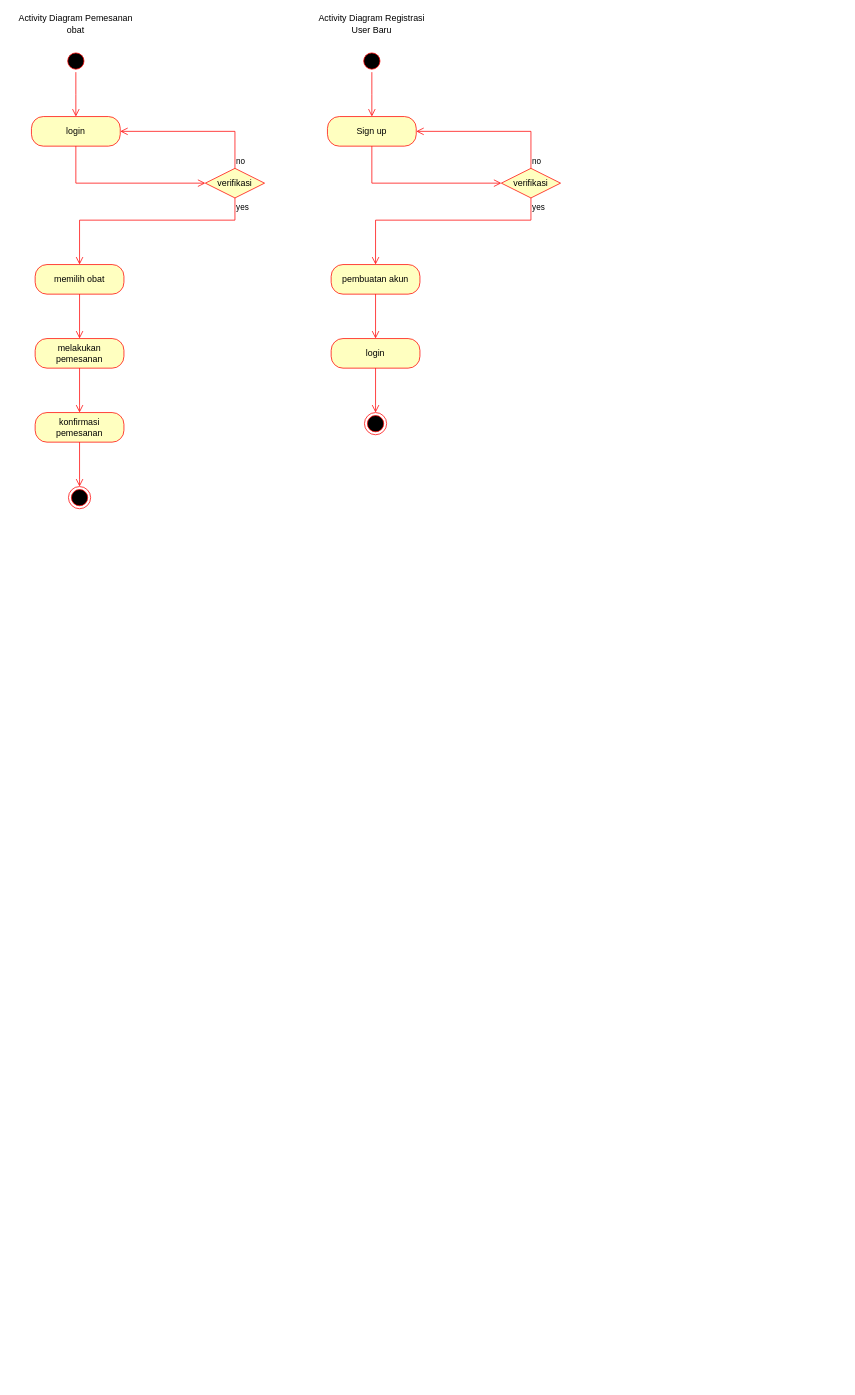
The draw.io diagram obat-erd.drawio in zaenal-abidin-syah/diagram, before the edit. Source tidied: cells renumbered, new cells numbered last; positions are measured from the earlier drawing's top-left corner, leaving out a move shared by most shapes. Both pictures are drawn from the tidied source at 74%, with x=0, y=0 at pixel (13, 13).
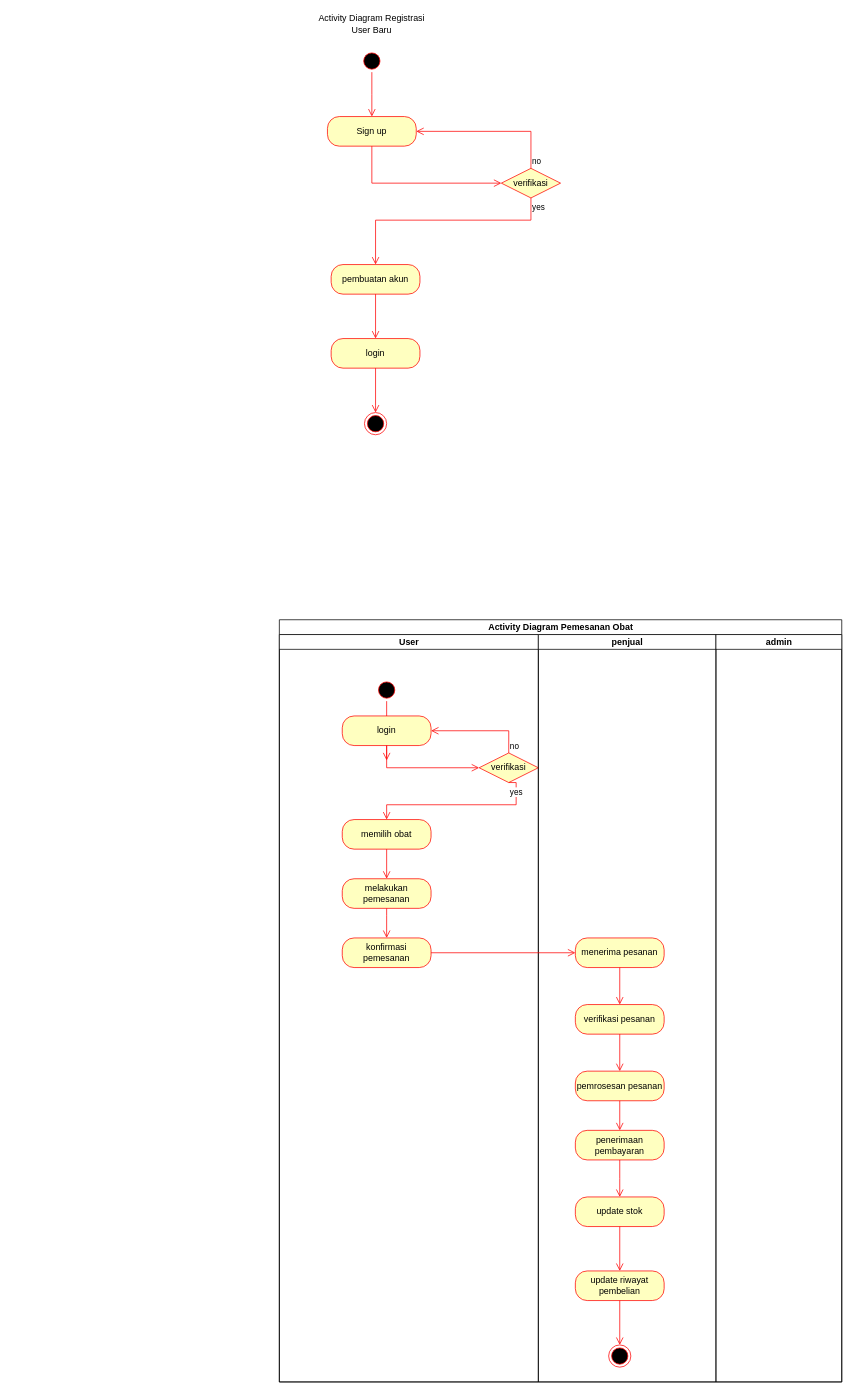
Above is the later version.

Diff of the diagram source:
```diff
@@
-    <mxCell id="2" style="ellipse;html=1;shape=startState;fillColor=#000000;strokeColor=#ff0000;" parent="1" vertex="1">
-      <mxGeometry x="70" y="50" width="30" height="30" as="geometry" />
-    </mxCell>
-    <mxCell id="3" style="edgeStyle=orthogonalEdgeStyle;html=1;verticalAlign=bottom;endArrow=open;endSize=8;strokeColor=#ff0000;rounded=0;" parent="1" edge="1" source="2">
-      <mxGeometry relative="1" as="geometry">
-        <mxPoint x="85" y="140" as="targetPoint" />
-      </mxGeometry>
-    </mxCell>
-    <mxCell id="4" value="memilih obat" style="rounded=1;whiteSpace=wrap;html=1;arcSize=40;fontColor=#000000;fillColor=#ffffc0;strokeColor=#ff0000;" parent="1" vertex="1">
-      <mxGeometry x="30" y="340" width="120" height="40" as="geometry" />
-    </mxCell>
-    <mxCell id="5" style="edgeStyle=orthogonalEdgeStyle;html=1;verticalAlign=bottom;endArrow=open;endSize=8;strokeColor=#ff0000;rounded=0;" parent="1" edge="1" source="4">
-      <mxGeometry relative="1" as="geometry">
-        <mxPoint x="90" y="440" as="targetPoint" />
-        <Array as="points">
-          <mxPoint x="90" y="430" />
-          <mxPoint x="90" y="430" />
-        </Array>
-      </mxGeometry>
-    </mxCell>
-    <mxCell id="6" value="login" style="rounded=1;whiteSpace=wrap;html=1;arcSize=40;fontColor=#000000;fillColor=#ffffc0;strokeColor=#ff0000;" parent="1" vertex="1">
-      <mxGeometry x="25" y="140" width="120" height="40" as="geometry" />
-    </mxCell>
-    <mxCell id="7" style="edgeStyle=orthogonalEdgeStyle;html=1;verticalAlign=bottom;endArrow=open;endSize=8;strokeColor=#ff0000;rounded=0;entryX=0;entryY=0.5;entryDx=0;entryDy=0;" parent="1" edge="1" source="6" target="8">
-      <mxGeometry relative="1" as="geometry">
-        <Array as="points">
-          <mxPoint x="85" y="230" />
-        </Array>
-      </mxGeometry>
-    </mxCell>
-    <mxCell id="8" value="verifikasi" style="rhombus;whiteSpace=wrap;html=1;fontColor=#000000;fillColor=#ffffc0;strokeColor=#ff0000;" parent="1" vertex="1">
-      <mxGeometry x="260" y="210" width="80" height="40" as="geometry" />
-    </mxCell>
-    <mxCell id="9" value="no" style="edgeStyle=orthogonalEdgeStyle;html=1;align=left;verticalAlign=bottom;endArrow=open;endSize=8;strokeColor=#ff0000;rounded=0;entryX=1;entryY=0.5;entryDx=0;entryDy=0;exitX=0.5;exitY=0;exitDx=0;exitDy=0;" parent="1" edge="1" source="8" target="6">
-      <mxGeometry x="-1" relative="1" as="geometry" />
-    </mxCell>
-    <mxCell id="10" value="yes" style="edgeStyle=orthogonalEdgeStyle;html=1;align=left;verticalAlign=top;endArrow=open;endSize=8;strokeColor=#ff0000;rounded=0;" parent="1" edge="1" source="8">
-      <mxGeometry x="-1" relative="1" as="geometry">
-        <mxPoint x="90" y="340" as="targetPoint" />
-        <Array as="points">
-          <mxPoint x="300" y="280" />
-        </Array>
-      </mxGeometry>
-    </mxCell>
-    <mxCell id="11" value="melakukan pemesanan" style="rounded=1;whiteSpace=wrap;html=1;arcSize=40;fontColor=#000000;fillColor=#ffffc0;strokeColor=#ff0000;" parent="1" vertex="1">
-      <mxGeometry x="30" y="440" width="120" height="40" as="geometry" />
-    </mxCell>
-    <mxCell id="12" style="edgeStyle=orthogonalEdgeStyle;html=1;verticalAlign=bottom;endArrow=open;endSize=8;strokeColor=#ff0000;rounded=0;" parent="1" edge="1" source="11">
-      <mxGeometry relative="1" as="geometry">
-        <mxPoint x="90" y="540" as="targetPoint" />
-        <Array as="points">
-          <mxPoint x="90" y="530" />
-          <mxPoint x="90" y="530" />
-        </Array>
-      </mxGeometry>
-    </mxCell>
-    <mxCell id="13" value="konfirmasi pemesanan" style="rounded=1;whiteSpace=wrap;html=1;arcSize=40;fontColor=#000000;fillColor=#ffffc0;strokeColor=#ff0000;" parent="1" vertex="1">
-      <mxGeometry x="30" y="540" width="120" height="40" as="geometry" />
-    </mxCell>
-    <mxCell id="14" style="edgeStyle=orthogonalEdgeStyle;html=1;verticalAlign=bottom;endArrow=open;endSize=8;strokeColor=#ff0000;rounded=0;" parent="1" edge="1" source="13">
-      <mxGeometry relative="1" as="geometry">
-        <mxPoint x="90" y="640" as="targetPoint" />
-        <Array as="points">
-          <mxPoint x="90" y="630" />
-          <mxPoint x="90" y="630" />
-        </Array>
-      </mxGeometry>
-    </mxCell>
-    <mxCell id="15" style="ellipse;html=1;shape=endState;fillColor=#000000;strokeColor=#ff0000;" parent="1" vertex="1">
-      <mxGeometry x="75" y="640" width="30" height="30" as="geometry" />
-    </mxCell>
-    <mxCell id="16" value="Activity Diagram Pemesanan obat" style="text;strokeColor=none;align=center;fillColor=none;html=1;verticalAlign=middle;whiteSpace=wrap;rounded=0;" parent="1" vertex="1">
-      <mxGeometry width="170" height="30" as="geometry" />
-    </mxCell>
@@
+    <mxCell id="30" value="Activity Diagram Pemesanan Obat" style="swimlane;startSize=20;html=1;" parent="1" vertex="1">
+      <mxGeometry x="360" y="820" width="760" height="1030" as="geometry" />
+    </mxCell>
+    <mxCell id="31" value="User" style="swimlane;startSize=20;html=1;" parent="30" vertex="1">
+      <mxGeometry y="20" width="350" height="1010" as="geometry" />
+    </mxCell>
+    <mxCell id="32" style="ellipse;html=1;shape=startState;fillColor=#000000;strokeColor=#ff0000;" parent="31" vertex="1">
+      <mxGeometry x="130" y="60" width="30" height="30" as="geometry" />
+    </mxCell>
+    <mxCell id="33" style="edgeStyle=orthogonalEdgeStyle;html=1;verticalAlign=bottom;endArrow=open;endSize=8;strokeColor=#ff0000;rounded=0;" parent="31" edge="1" source="32">
+      <mxGeometry relative="1" as="geometry">
+        <mxPoint x="145" y="170" as="targetPoint" />
+      </mxGeometry>
+    </mxCell>
+    <mxCell id="4" value="memilih obat" style="rounded=1;whiteSpace=wrap;html=1;arcSize=40;fontColor=#000000;fillColor=#ffffc0;strokeColor=#ff0000;" parent="31" vertex="1">
+      <mxGeometry x="85" y="250" width="120" height="40" as="geometry" />
+    </mxCell>
+    <mxCell id="34" style="edgeStyle=orthogonalEdgeStyle;html=1;verticalAlign=bottom;endArrow=open;endSize=8;strokeColor=#ff0000;rounded=0;entryX=0.5;entryY=0;entryDx=0;entryDy=0;exitX=0.5;exitY=1;exitDx=0;exitDy=0;" parent="31" edge="1" source="4" target="11">
+      <mxGeometry relative="1" as="geometry" />
+    </mxCell>
+    <mxCell id="6" value="login" style="rounded=1;whiteSpace=wrap;html=1;arcSize=40;fontColor=#000000;fillColor=#ffffc0;strokeColor=#ff0000;" parent="31" vertex="1">
+      <mxGeometry x="85" y="110" width="120" height="40" as="geometry" />
+    </mxCell>
+    <mxCell id="7" style="edgeStyle=orthogonalEdgeStyle;html=1;verticalAlign=bottom;endArrow=open;endSize=8;strokeColor=#ff0000;rounded=0;entryX=0;entryY=0.5;entryDx=0;entryDy=0;" parent="31" edge="1" source="6" target="8">
+      <mxGeometry relative="1" as="geometry">
+        <Array as="points">
+          <mxPoint x="145" y="180" />
+        </Array>
+      </mxGeometry>
+    </mxCell>
+    <mxCell id="8" value="verifikasi" style="rhombus;whiteSpace=wrap;html=1;fontColor=#000000;fillColor=#ffffc0;strokeColor=#ff0000;" parent="31" vertex="1">
+      <mxGeometry x="270" y="160" width="80" height="40" as="geometry" />
+    </mxCell>
+    <mxCell id="9" value="no" style="edgeStyle=orthogonalEdgeStyle;html=1;align=left;verticalAlign=bottom;endArrow=open;endSize=8;strokeColor=#ff0000;rounded=0;entryX=1;entryY=0.5;entryDx=0;entryDy=0;exitX=0.5;exitY=0;exitDx=0;exitDy=0;" parent="31" edge="1" source="8" target="6">
+      <mxGeometry x="-1" relative="1" as="geometry" />
+    </mxCell>
+    <mxCell id="10" value="yes" style="edgeStyle=orthogonalEdgeStyle;html=1;align=left;verticalAlign=top;endArrow=open;endSize=8;strokeColor=#ff0000;rounded=0;exitX=0.5;exitY=1;exitDx=0;exitDy=0;entryX=0.5;entryY=0;entryDx=0;entryDy=0;" parent="31" edge="1" source="8" target="4">
+      <mxGeometry x="-1" relative="1" as="geometry">
+        <Array as="points">
+          <mxPoint x="320" y="200" />
+          <mxPoint x="320" y="230" />
+          <mxPoint x="145" y="230" />
+        </Array>
+      </mxGeometry>
+    </mxCell>
+    <mxCell id="11" value="melakukan pemesanan" style="rounded=1;whiteSpace=wrap;html=1;arcSize=40;fontColor=#000000;fillColor=#ffffc0;strokeColor=#ff0000;" parent="31" vertex="1">
+      <mxGeometry x="85" y="330" width="120" height="40" as="geometry" />
+    </mxCell>
+    <mxCell id="35" style="edgeStyle=orthogonalEdgeStyle;html=1;verticalAlign=bottom;endArrow=open;endSize=8;strokeColor=#ff0000;rounded=0;entryX=0.5;entryY=0;entryDx=0;entryDy=0;exitX=0.5;exitY=1;exitDx=0;exitDy=0;" parent="31" edge="1" source="11" target="13">
+      <mxGeometry relative="1" as="geometry">
+        <Array as="points">
+          <mxPoint x="145" y="380" />
+          <mxPoint x="145" y="380" />
+        </Array>
+      </mxGeometry>
+    </mxCell>
+    <mxCell id="13" value="konfirmasi pemesanan" style="rounded=1;whiteSpace=wrap;html=1;arcSize=40;fontColor=#000000;fillColor=#ffffc0;strokeColor=#ff0000;" parent="31" vertex="1">
+      <mxGeometry x="85" y="410" width="120" height="40" as="geometry" />
+    </mxCell>
+    <mxCell id="36" value="penjual" style="swimlane;startSize=20;html=1;" parent="30" vertex="1">
+      <mxGeometry x="350" y="20" width="240" height="1010" as="geometry" />
+    </mxCell>
+    <mxCell id="37" value="menerima pesanan" style="rounded=1;whiteSpace=wrap;html=1;arcSize=40;fontColor=#000000;fillColor=#ffffc0;strokeColor=#ff0000;" parent="36" vertex="1">
+      <mxGeometry x="50" y="410" width="120" height="40" as="geometry" />
+    </mxCell>
+    <mxCell id="38" style="edgeStyle=orthogonalEdgeStyle;html=1;verticalAlign=bottom;endArrow=open;endSize=8;strokeColor=#ff0000;rounded=0;entryX=0.5;entryY=0;entryDx=0;entryDy=0;" parent="36" edge="1" source="37" target="39">
+      <mxGeometry relative="1" as="geometry" />
+    </mxCell>
+    <mxCell id="39" value="verifikasi pesanan" style="rounded=1;whiteSpace=wrap;html=1;arcSize=40;fontColor=#000000;fillColor=#ffffc0;strokeColor=#ff0000;" parent="36" vertex="1">
+      <mxGeometry x="50" y="500" width="120" height="40" as="geometry" />
+    </mxCell>
+    <mxCell id="40" style="edgeStyle=orthogonalEdgeStyle;html=1;verticalAlign=bottom;endArrow=open;endSize=8;strokeColor=#ff0000;rounded=0;entryX=0.5;entryY=0;entryDx=0;entryDy=0;" parent="36" edge="1" source="39" target="41">
+      <mxGeometry relative="1" as="geometry" />
+    </mxCell>
+    <mxCell id="41" value="pemrosesan pesanan" style="rounded=1;whiteSpace=wrap;html=1;arcSize=40;fontColor=#000000;fillColor=#ffffc0;strokeColor=#ff0000;" parent="36" vertex="1">
+      <mxGeometry x="50" y="590" width="120" height="40" as="geometry" />
+    </mxCell>
+    <mxCell id="42" style="edgeStyle=orthogonalEdgeStyle;html=1;verticalAlign=bottom;endArrow=open;endSize=8;strokeColor=#ff0000;rounded=0;entryX=0.5;entryY=0;entryDx=0;entryDy=0;" parent="36" edge="1" source="41" target="43">
+      <mxGeometry relative="1" as="geometry" />
+    </mxCell>
+    <mxCell id="43" value="penerimaan pembayaran" style="rounded=1;whiteSpace=wrap;html=1;arcSize=40;fontColor=#000000;fillColor=#ffffc0;strokeColor=#ff0000;" parent="36" vertex="1">
+      <mxGeometry x="50" y="670" width="120" height="40" as="geometry" />
+    </mxCell>
+    <mxCell id="44" style="edgeStyle=orthogonalEdgeStyle;html=1;verticalAlign=bottom;endArrow=open;endSize=8;strokeColor=#ff0000;rounded=0;" parent="36" edge="1" source="43">
+      <mxGeometry relative="1" as="geometry">
+        <mxPoint x="110" y="760" as="targetPoint" />
+      </mxGeometry>
+    </mxCell>
+    <mxCell id="45" value="update stok" style="rounded=1;whiteSpace=wrap;html=1;arcSize=40;fontColor=#000000;fillColor=#ffffc0;strokeColor=#ff0000;" parent="36" vertex="1">
+      <mxGeometry x="50" y="760" width="120" height="40" as="geometry" />
+    </mxCell>
+    <mxCell id="46" style="edgeStyle=orthogonalEdgeStyle;html=1;verticalAlign=bottom;endArrow=open;endSize=8;strokeColor=#ff0000;rounded=0;entryX=0.5;entryY=0;entryDx=0;entryDy=0;" parent="36" edge="1" source="45" target="47">
+      <mxGeometry relative="1" as="geometry" />
+    </mxCell>
+    <mxCell id="47" value="update riwayat pembelian" style="rounded=1;whiteSpace=wrap;html=1;arcSize=40;fontColor=#000000;fillColor=#ffffc0;strokeColor=#ff0000;" parent="36" vertex="1">
+      <mxGeometry x="50" y="860" width="120" height="40" as="geometry" />
+    </mxCell>
+    <mxCell id="48" style="edgeStyle=orthogonalEdgeStyle;html=1;verticalAlign=bottom;endArrow=open;endSize=8;strokeColor=#ff0000;rounded=0;entryX=0.5;entryY=0;entryDx=0;entryDy=0;" parent="36" edge="1" source="47" target="49">
+      <mxGeometry relative="1" as="geometry" />
+    </mxCell>
+    <mxCell id="49" style="ellipse;html=1;shape=endState;fillColor=#000000;strokeColor=#ff0000;" parent="36" vertex="1">
+      <mxGeometry x="95" y="960" width="30" height="30" as="geometry" />
+    </mxCell>
+    <mxCell id="50" value="admin" style="swimlane;startSize=20;html=1;" parent="30" vertex="1">
+      <mxGeometry x="590" y="20" width="170" height="1010" as="geometry" />
+    </mxCell>
+    <mxCell id="51" style="edgeStyle=orthogonalEdgeStyle;html=1;verticalAlign=bottom;endArrow=open;endSize=8;strokeColor=#ff0000;rounded=0;exitX=1;exitY=0.5;exitDx=0;exitDy=0;entryX=0;entryY=0.5;entryDx=0;entryDy=0;" parent="30" edge="1" source="13" target="37">
+      <mxGeometry relative="1" as="geometry" />
+    </mxCell>
```
